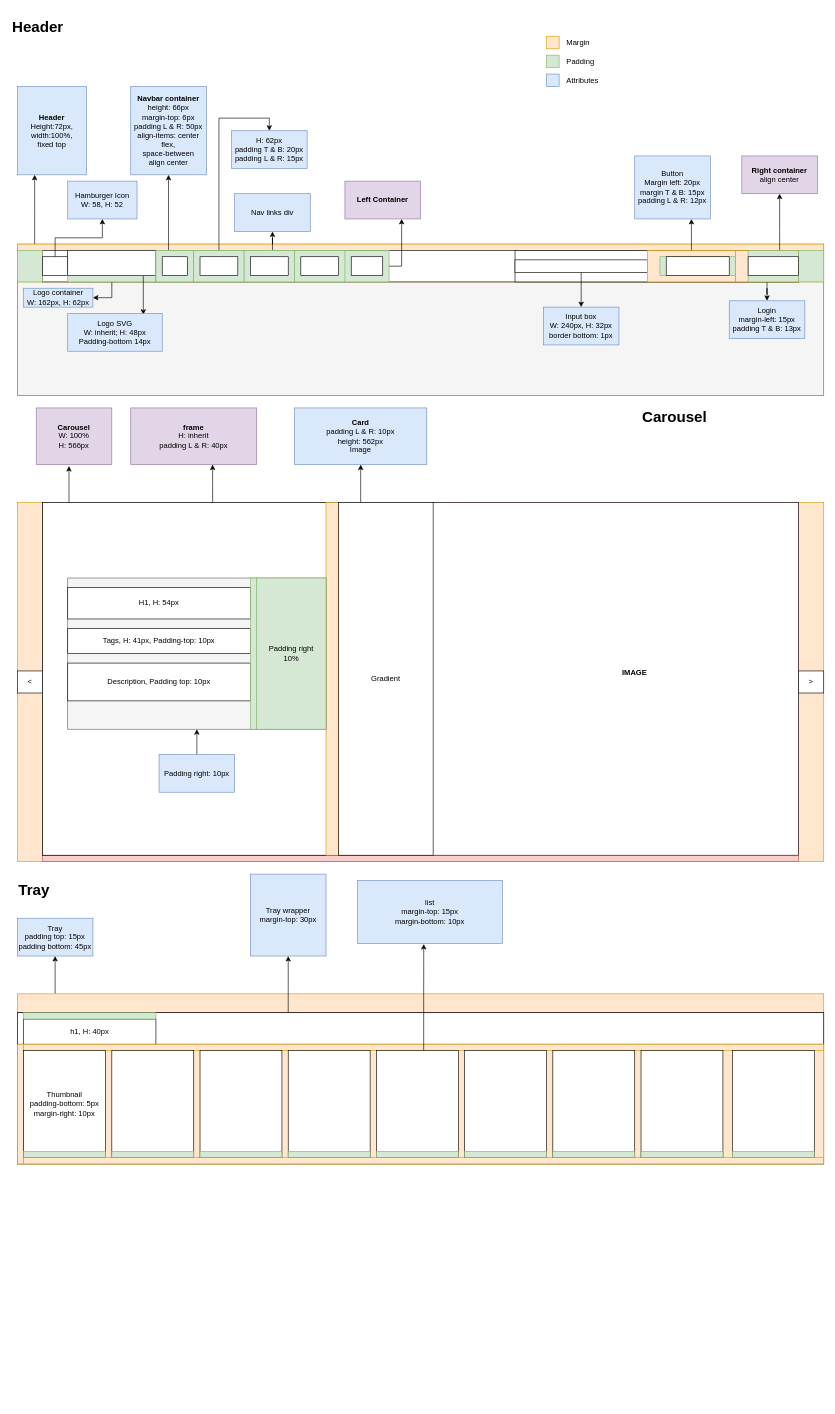
Earlier version of the draw.io diagram Diagrams/carousel.drawio (nalandenv/starhot-clone). Source tidied: cells renumbered, new cells numbered last; positions are measured from the earlier drawing's top-left corner, leaving out a move shared by most shapes. Both pictures are drawn from the tidied source at 63%, with x=0, y=0 at pixel (11, 11).
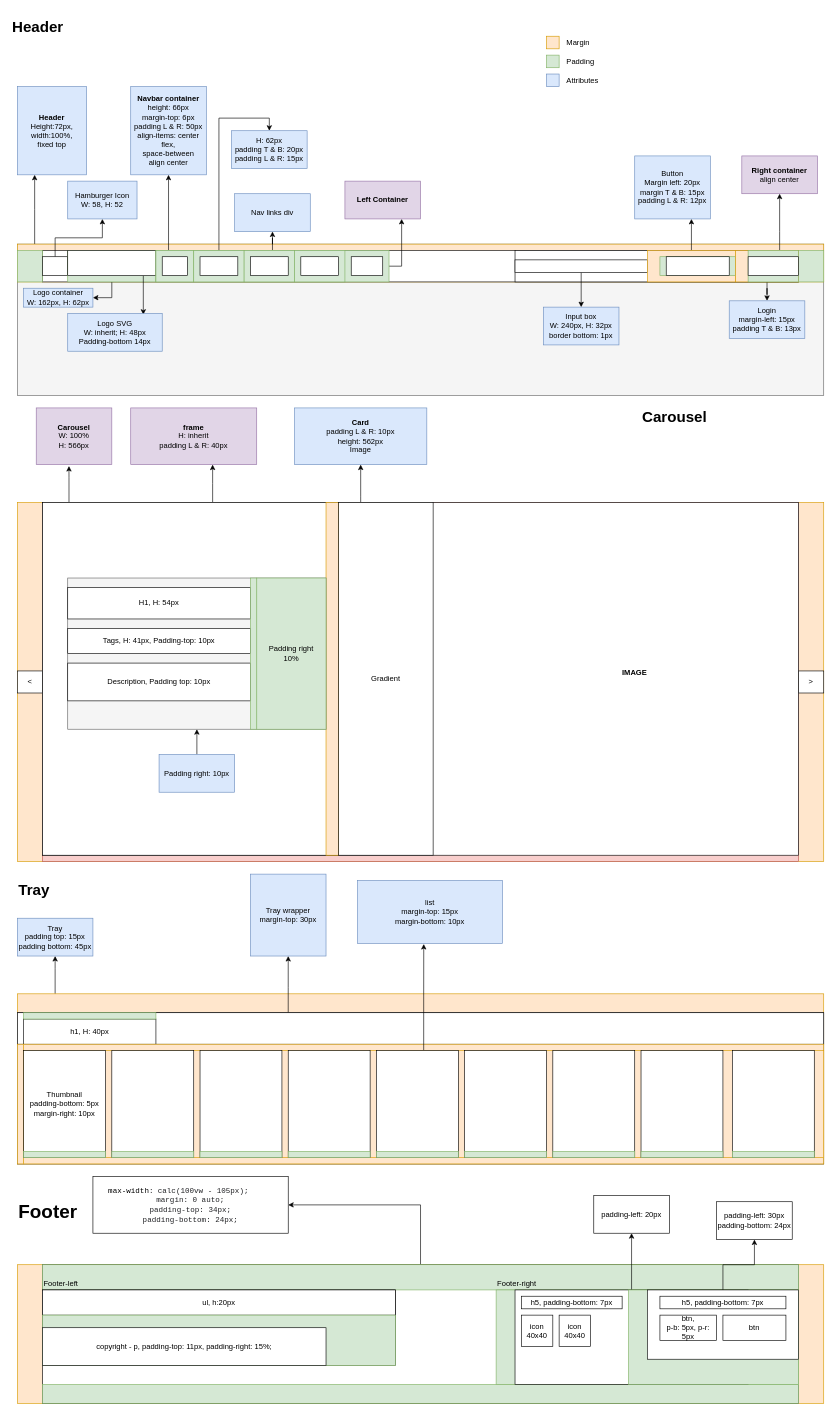
The same diagram, later.

Diff of the diagram source:
```diff
@@
+    <mxCell id="116" style="rounded=0;whiteSpace=wrap;html=1;fillColor=#ffe6cc;strokeColor=#d79b00;" parent="1" vertex="1">
+      <mxGeometry x="10" y="1990" width="1280" height="220" as="geometry" />
+    </mxCell>
+    <mxCell id="117" value="&lt;b&gt;&lt;font style=&quot;font-size: 30px&quot;&gt;Footer&lt;/font&gt;&lt;/b&gt;" style="text;html=1;strokeColor=none;fillColor=none;align=left;verticalAlign=middle;whiteSpace=wrap;rounded=0;" parent="1" vertex="1">
+      <mxGeometry x="10" y="1880" width="130" height="50" as="geometry" />
+    </mxCell>
+    <mxCell id="118" style="edgeStyle=orthogonalEdgeStyle;rounded=0;jettySize=auto;html=1;entryX=1;entryY=0.5;entryDx=0;entryDy=0;" parent="1" edge="1" source="119" target="120">
+      <mxGeometry relative="1" as="geometry" />
+    </mxCell>
+    <mxCell id="119" style="rounded=0;whiteSpace=wrap;html=1;" parent="1" vertex="1">
+      <mxGeometry x="50" y="1990" width="1200" height="220" as="geometry" />
+    </mxCell>
+    <mxCell id="120" value="&lt;span class=&quot;webkit-css-property&quot; style=&quot;box-sizing: border-box ; min-width: 0px ; min-height: 0px ; margin-left: -38px ; font-family: &amp;#34;consolas&amp;#34; , &amp;#34;lucida console&amp;#34; , &amp;#34;courier new&amp;#34; , monospace ; text-align: left&quot;&gt;max-width&lt;/span&gt;&lt;span class=&quot;styles-name-value-separator&quot; style=&quot;box-sizing: border-box ; min-width: 0px ; min-height: 0px ; display: inline-block ; width: 14px ; color: rgb(32 , 33 , 36) ; font-family: &amp;#34;consolas&amp;#34; , &amp;#34;lucida console&amp;#34; , &amp;#34;courier new&amp;#34; , monospace ; text-align: left&quot;&gt;: &lt;/span&gt;&lt;span class=&quot;value&quot; style=&quot;box-sizing: border-box ; min-width: 0px ; min-height: 0px ; cursor: default ; color: rgb(32 , 33 , 36) ; font-family: &amp;#34;consolas&amp;#34; , &amp;#34;lucida console&amp;#34; , &amp;#34;courier new&amp;#34; , monospace ; text-align: left&quot;&gt;calc(100vw - 105px)&lt;/span&gt;&lt;span style=&quot;color: rgb(32 , 33 , 36) ; font-family: &amp;#34;consolas&amp;#34; , &amp;#34;lucida console&amp;#34; , &amp;#34;courier new&amp;#34; , monospace ; text-align: left&quot;&gt;;&lt;br&gt;margin: 0 auto;&lt;br&gt;padding-top: 34px;&lt;br&gt;padding-bottom: 24px;&lt;br&gt;&lt;/span&gt;" style="rounded=0;whiteSpace=wrap;html=1;" parent="1" vertex="1">
+      <mxGeometry x="130" y="1850" width="310" height="90" as="geometry" />
+    </mxCell>
+    <mxCell id="121" style="rounded=0;whiteSpace=wrap;html=1;fillColor=#d5e8d4;strokeColor=#82b366;" parent="1" vertex="1">
+      <mxGeometry x="50" y="1990" width="1200" height="40" as="geometry" />
+    </mxCell>
+    <mxCell id="122" style="rounded=0;whiteSpace=wrap;html=1;fillColor=#d5e8d4;strokeColor=#82b366;" parent="1" vertex="1">
+      <mxGeometry x="50" y="2180" width="1200" height="30" as="geometry" />
+    </mxCell>
+    <mxCell id="123" style="rounded=0;whiteSpace=wrap;html=1;" parent="1" vertex="1">
+      <mxGeometry x="50" y="2030" width="560" height="120" as="geometry" />
+    </mxCell>
+    <mxCell id="124" style="rounded=0;whiteSpace=wrap;html=1;fillColor=#d5e8d4;strokeColor=#82b366;" parent="1" vertex="1">
+      <mxGeometry x="770" y="2030" width="480" height="150" as="geometry" />
+    </mxCell>
+    <mxCell id="125" value="ul, h:20px" style="rounded=0;whiteSpace=wrap;html=1;" parent="1" vertex="1">
+      <mxGeometry x="50" y="2030" width="560" height="40" as="geometry" />
+    </mxCell>
+    <mxCell id="126" style="rounded=0;whiteSpace=wrap;html=1;fillColor=#d5e8d4;strokeColor=#82b366;" parent="1" vertex="1">
+      <mxGeometry x="50" y="2070" width="560" height="80" as="geometry" />
+    </mxCell>
+    <mxCell id="127" value="copyright - p, padding-top: 11px, padding-right: 15%;" style="rounded=0;whiteSpace=wrap;html=1;" parent="1" vertex="1">
+      <mxGeometry x="50" y="2090" width="450" height="60" as="geometry" />
+    </mxCell>
+    <mxCell id="128" value="Footer-left" style="text;html=1;strokeColor=none;fillColor=none;align=left;verticalAlign=middle;whiteSpace=wrap;rounded=0;" parent="1" vertex="1">
+      <mxGeometry x="50" y="2010" width="150" height="20" as="geometry" />
+    </mxCell>
+    <mxCell id="129" value="Footer-right" style="text;html=1;strokeColor=none;fillColor=none;align=left;verticalAlign=middle;whiteSpace=wrap;rounded=0;" parent="1" vertex="1">
+      <mxGeometry x="770" y="2010" width="150" height="20" as="geometry" />
+    </mxCell>
+    <mxCell id="130" style="edgeStyle=orthogonalEdgeStyle;rounded=0;jettySize=auto;html=1;" parent="1" edge="1" source="131" target="132">
+      <mxGeometry relative="1" as="geometry" />
+    </mxCell>
+    <mxCell id="131" style="rounded=0;whiteSpace=wrap;html=1;" parent="1" vertex="1">
+      <mxGeometry x="800" y="2030" width="370" height="150" as="geometry" />
+    </mxCell>
+    <mxCell id="132" value="padding-left: 20px" style="rounded=0;whiteSpace=wrap;html=1;" parent="1" vertex="1">
+      <mxGeometry x="925" y="1880" width="120" height="60" as="geometry" />
+    </mxCell>
+    <mxCell id="133" style="rounded=0;whiteSpace=wrap;html=1;fillColor=#d5e8d4;strokeColor=#82b366;" parent="1" vertex="1">
+      <mxGeometry x="980" y="2030" width="270" height="150" as="geometry" />
+    </mxCell>
+    <mxCell id="134" style="edgeStyle=orthogonalEdgeStyle;rounded=0;jettySize=auto;html=1;" parent="1" edge="1" source="135" target="136">
+      <mxGeometry relative="1" as="geometry" />
+    </mxCell>
+    <mxCell id="135" style="rounded=0;whiteSpace=wrap;html=1;" parent="1" vertex="1">
+      <mxGeometry x="1010" y="2030" width="240" height="110" as="geometry" />
+    </mxCell>
+    <mxCell id="136" value="&lt;span&gt;padding-left: 30px&lt;/span&gt;&lt;br&gt;&lt;span&gt;padding-bottom: 24px&lt;/span&gt;" style="rounded=0;whiteSpace=wrap;html=1;" parent="1" vertex="1">
+      <mxGeometry x="1120" y="1890" width="120" height="60" as="geometry" />
+    </mxCell>
+    <mxCell id="137" value="h5, padding-bottom: 7px" style="rounded=0;whiteSpace=wrap;html=1;" parent="1" vertex="1">
+      <mxGeometry x="1030" y="2040" width="200" height="20" as="geometry" />
+    </mxCell>
+    <mxCell id="138" value="btn,&lt;br&gt;p-b: 5px, p-r: 5px" style="rounded=0;whiteSpace=wrap;html=1;" parent="1" vertex="1">
+      <mxGeometry x="1030" y="2070" width="90" height="40" as="geometry" />
+    </mxCell>
+    <mxCell id="139" value="btn" style="rounded=0;whiteSpace=wrap;html=1;" parent="1" vertex="1">
+      <mxGeometry x="1130" y="2070" width="100" height="40" as="geometry" />
+    </mxCell>
+    <mxCell id="140" value="h5, padding-bottom: 7px" style="rounded=0;whiteSpace=wrap;html=1;" parent="1" vertex="1">
+      <mxGeometry x="810" y="2040" width="160" height="20" as="geometry" />
+    </mxCell>
+    <mxCell id="141" value="icon&lt;br&gt;40x40" style="rounded=0;whiteSpace=wrap;html=1;" parent="1" vertex="1">
+      <mxGeometry x="810" y="2070" width="50" height="50" as="geometry" />
+    </mxCell>
+    <mxCell id="142" value="icon&lt;br&gt;40x40" style="rounded=0;whiteSpace=wrap;html=1;" parent="1" vertex="1">
+      <mxGeometry x="870" y="2070" width="50" height="50" as="geometry" />
+    </mxCell>
```
